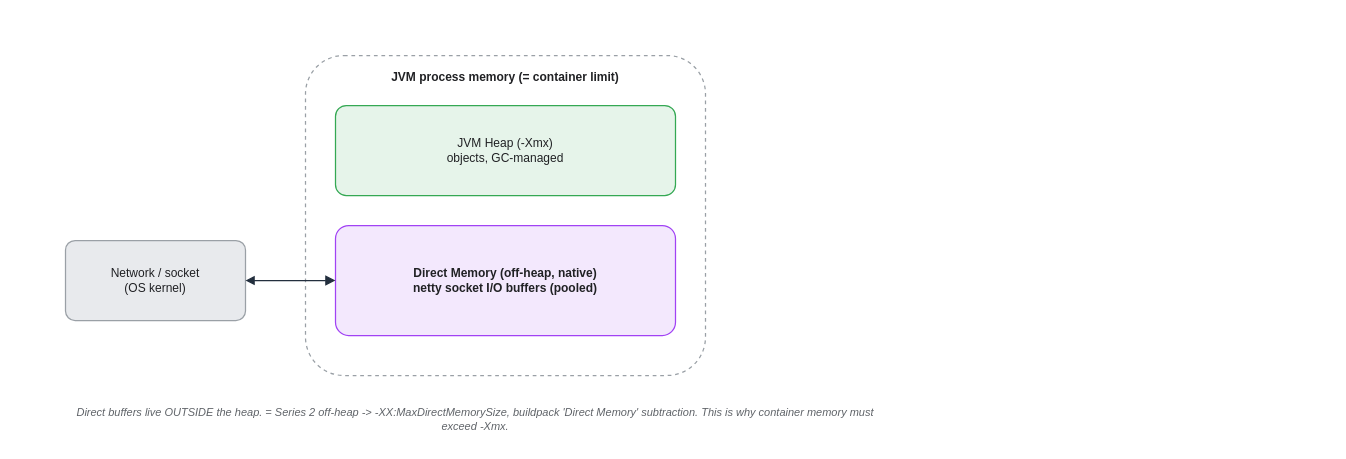
Before: assets/img/spring/spring-12-netty-direct-memory.drawio in KKamJi98/kkamji98.github.io, a draw.io diagram. Source tidied: cells renumbered, new cells numbered last; positions are measured from the earlier drawing's top-left corner, leaving out a move shared by most shapes. Both pictures are drawn from the tidied source at 100%, with x=0, y=0 at pixel (65, 55).
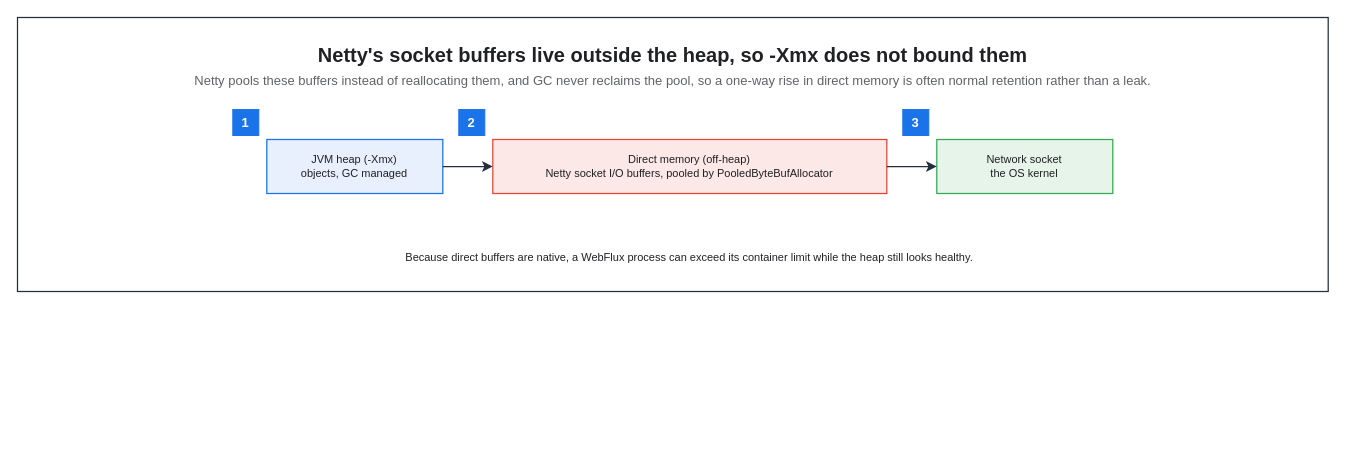
Above is the later version.

Change to the diagram source:
```diff
@@
 <mxGraphModel background="#FFFFFF">
   <root>
     <mxCell id="0" />
     <mxCell id="1" parent="0" />
-    <mxCell id="2" value="JVM process memory (= container limit)" style="rounded=1;whiteSpace=wrap;html=0;arcSize=12;shadow=0;fillColor=#FFFFFF;strokeColor=#9AA0A6;fontColor=#202124;fontStyle=1;verticalAlign=top;align=center;dashed=1;spacingTop=8;strokeWidth=1.25;" parent="1" vertex="1">
-      <mxGeometry x="240" width="400" height="320" as="geometry" />
+    <mxCell id="2" style="rounded=0;html=0;fillColor=none;strokeColor=#232F3E;fontColor=#202124;strokeWidth=1.25;" parent="1" vertex="1">
+      <mxGeometry x="-48" y="-38" width="1310.7" height="274" as="geometry" />
     </mxCell>
+    <mxCell id="8" value="Netty's socket buffers live outside the heap, so -Xmx does not bound them" style="text;html=0;whiteSpace=wrap;fillColor=none;strokeColor=none;fontColor=#202124;fontSize=20;fontStyle=1;align=center;verticalAlign=middle;" parent="1" vertex="1">
+      <mxGeometry x="-26" y="-16" width="1266.7" height="30" as="geometry" />
+    </mxCell>
+    <mxCell id="9" value="Netty pools these buffers instead of reallocating them, and GC never reclaims the pool, so a one-way rise in direct memory is often normal retention rather than a leak." style="text;html=0;whiteSpace=wrap;fillColor=none;strokeColor=none;fontColor=#5F6368;fontSize=13;fontStyle=0;align=center;verticalAlign=middle;" parent="1" vertex="1">
+      <mxGeometry x="-26" y="14" width="1266.7" height="22" as="geometry" />
+    </mxCell>
-    <mxCell id="3" value="JVM Heap (-Xmx)&#10;objects, GC-managed" style="rounded=1;whiteSpace=wrap;html=0;arcSize=12;shadow=0;fillColor=#E6F4EA;strokeColor=#34A853;fontColor=#202124;strokeWidth=1.25;" parent="1" vertex="1">
-      <mxGeometry x="270" y="50" width="340" height="90" as="geometry" />
+    <mxCell id="3" value="JVM heap  (-Xmx)&#10;objects, GC managed" style="rounded=0;whiteSpace=wrap;html=0;fillColor=#E8F0FE;strokeColor=#1A73E8;fontColor=#202124;fontSize=11;fontStyle=0;align=center;verticalAlign=middle;spacingLeft=6;spacingRight=6;strokeWidth=1.25;" parent="1" vertex="1">
+      <mxGeometry x="201.3" y="84" width="176" height="54" as="geometry" />
     </mxCell>
-    <mxCell id="4" value="Direct Memory (off-heap, native)&#10;netty socket I/O buffers (pooled)" style="rounded=1;whiteSpace=wrap;html=0;arcSize=12;shadow=0;fillColor=#F3E8FD;strokeColor=#A142F4;fontColor=#202124;fontStyle=1;strokeWidth=1.25;" parent="1" vertex="1">
-      <mxGeometry x="270" y="170" width="340" height="110" as="geometry" />
+    <mxCell id="4" value="Direct memory (off-heap)&#10;Netty socket I/O buffers, pooled by PooledByteBufAllocator" style="rounded=0;whiteSpace=wrap;html=0;fillColor=#FCE8E6;strokeColor=#EA4335;fontColor=#202124;fontSize=11;fontStyle=0;align=center;verticalAlign=middle;spacingLeft=6;spacingRight=6;strokeWidth=1.25;" parent="1" vertex="1">
+      <mxGeometry x="427.3" y="84" width="394" height="54" as="geometry" />
     </mxCell>
-    <mxCell id="5" value="Network / socket&#10;(OS kernel)" style="rounded=1;whiteSpace=wrap;html=0;arcSize=12;shadow=0;fillColor=#E8EAED;strokeColor=#9AA0A6;fontColor=#202124;strokeWidth=1.25;" parent="1" vertex="1">
-      <mxGeometry y="185" width="180" height="80" as="geometry" />
+    <mxCell id="5" value="Network socket&#10;the OS kernel" style="rounded=0;whiteSpace=wrap;html=0;fillColor=#E6F4EA;strokeColor=#34A853;fontColor=#202124;fontSize=11;fontStyle=0;align=center;verticalAlign=middle;spacingLeft=6;spacingRight=6;strokeWidth=1.25;" parent="1" vertex="1">
+      <mxGeometry x="871.3" y="84" width="176" height="54" as="geometry" />
     </mxCell>
-    <mxCell id="6" value="Direct buffers live OUTSIDE the heap. = Series 2 off-heap -&gt; -XX:MaxDirectMemorySize, buildpack 'Direct Memory' subtraction. This is why container memory must exceed -Xmx." style="text;html=0;align=center;verticalAlign=middle;whiteSpace=wrap;fontSize=11;fontColor=#5F6368;fontStyle=2;" parent="1" vertex="1">
-      <mxGeometry y="342" width="820" height="44" as="geometry" />
-    </mxCell>
-    <mxCell id="7" style="edgeStyle=orthogonalEdgeStyle;rounded=1;html=0;fontColor=#202124;strokeColor=#232F3E;labelBackgroundColor=none;startArrow=block;endArrow=block;exitX=1;exitY=0.5;exitDx=0;exitDy=0;entryX=0;entryY=0.5;entryDx=0;entryDy=0;strokeWidth=1.25;endSize=7;" parent="1" edge="1" source="5" target="4">
-      <mxGeometry relative="1" as="geometry" />
-    </mxCell>
+    <mxCell id="10" value="Because direct buffers are native, a WebFlux process can exceed its container limit while the heap still looks healthy." style="text;html=0;whiteSpace=wrap;fillColor=none;strokeColor=none;fontColor=#202124;fontSize=11;fontStyle=0;align=center;verticalAlign=middle;" parent="1" vertex="1">
+      <mxGeometry x="201.3" y="190" width="846" height="24" as="geometry" />
+    </mxCell>
+    <mxCell id="11" value="1" style="rounded=0;whiteSpace=wrap;html=0;fillColor=#1A73E8;strokeColor=#1A73E8;fontColor=#FFFFFF;fontSize=13;fontStyle=1;align=center;verticalAlign=middle;" parent="1" vertex="1">
+      <mxGeometry x="167.3" y="54" width="26" height="26" as="geometry" />
+    </mxCell>
+    <mxCell id="12" value="2" style="rounded=0;whiteSpace=wrap;html=0;fillColor=#1A73E8;strokeColor=#1A73E8;fontColor=#FFFFFF;fontSize=13;fontStyle=1;align=center;verticalAlign=middle;" parent="1" vertex="1">
+      <mxGeometry x="393.3" y="54" width="26" height="26" as="geometry" />
+    </mxCell>
+    <mxCell id="13" value="3" style="rounded=0;whiteSpace=wrap;html=0;fillColor=#1A73E8;strokeColor=#1A73E8;fontColor=#FFFFFF;fontSize=13;fontStyle=1;align=center;verticalAlign=middle;" parent="1" vertex="1">
+      <mxGeometry x="837.3" y="54" width="26" height="26" as="geometry" />
+    </mxCell>
+    <mxCell id="14" style="edgeStyle=orthogonalEdgeStyle;rounded=0;html=0;strokeColor=#232F3E;strokeWidth=1.25;endArrow=classic;endFill=1;endSize=7;fontSize=11;fontColor=#202124;labelBackgroundColor=none;jettySize=14;exitX=1;exitY=0.5;entryX=0;entryY=0.5;exitDx=0;exitDy=0;entryDx=0;entryDy=0;" parent="1" edge="1" source="3" target="4">
+      <mxGeometry relative="1" as="geometry" />
+    </mxCell>
+    <mxCell id="15" style="edgeStyle=orthogonalEdgeStyle;rounded=0;html=0;strokeColor=#232F3E;strokeWidth=1.25;endArrow=classic;endFill=1;endSize=7;fontSize=11;fontColor=#202124;labelBackgroundColor=none;jettySize=14;exitX=1;exitY=0.5;entryX=0;entryY=0.5;exitDx=0;exitDy=0;entryDx=0;entryDy=0;" parent="1" edge="1" source="4" target="5">
+      <mxGeometry relative="1" as="geometry" />
+    </mxCell>
   </root>
 </mxGraphModel>
```
